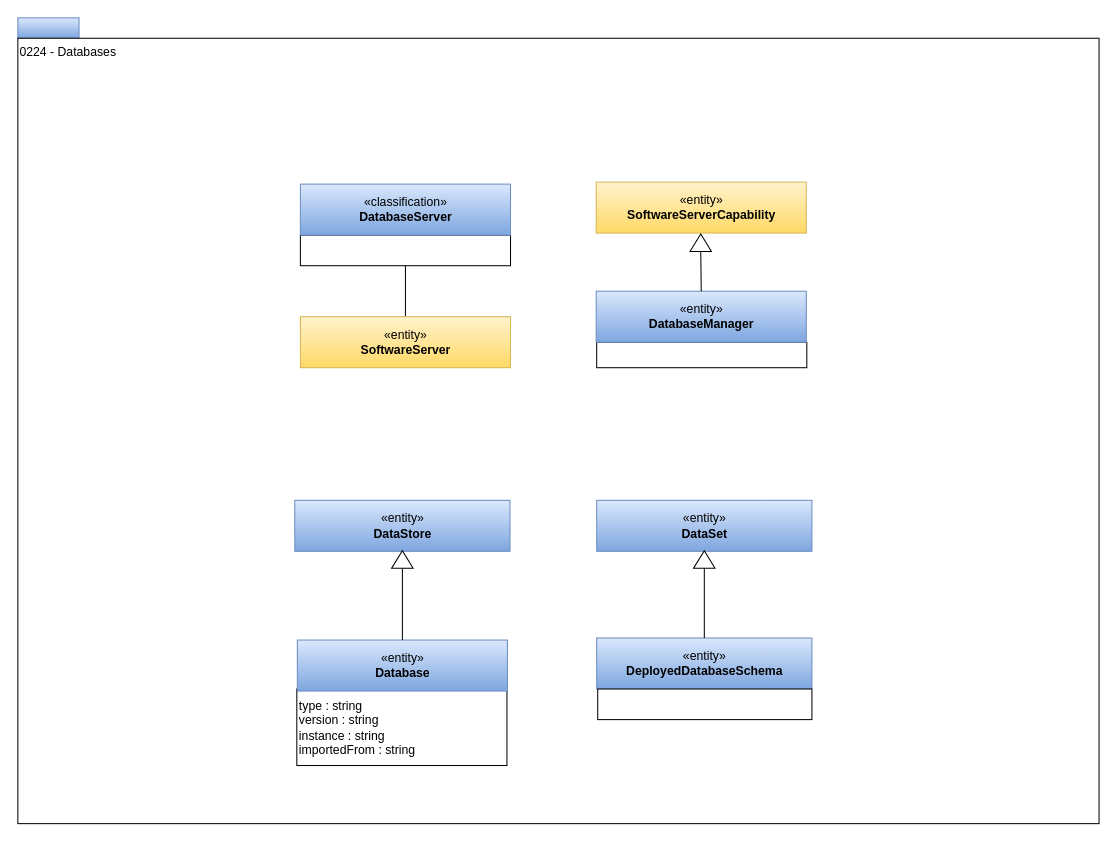
This is page "0224-Databases" (12 of 15) of open-metadata-publication/website/open-metadata-types/area-2-assets.drawio from odpi/egeria, a draw.io file, before an edit. Source tidied: cells renumbered, new cells numbered last; positions are measured from the earlier drawing's top-left corner, leaving out a move shared by most shapes. Both pictures are drawn from the tidied source at 102%, with x=0, y=0 at pixel (17, 17).
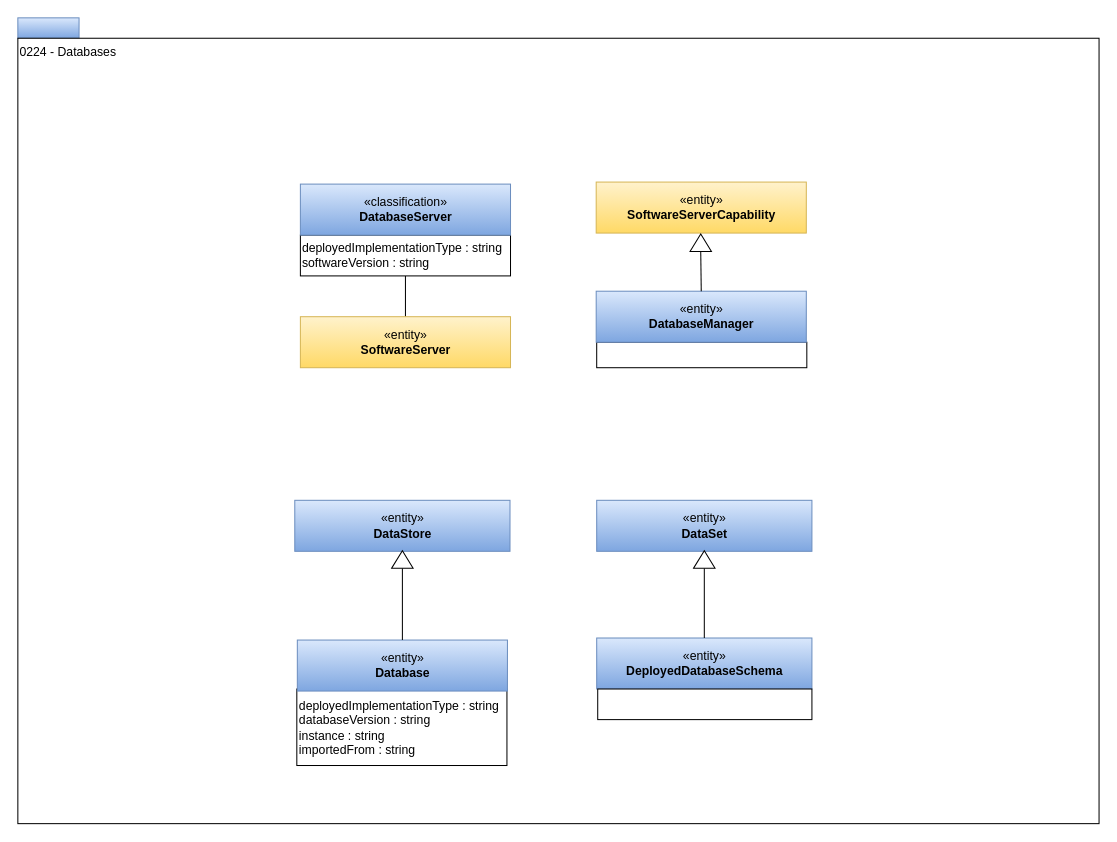
The same page after the edit.

Change to the diagram source:
```diff
@@
-    <mxCell id="5" style="rounded=0;whiteSpace=wrap;html=1;strokeColor=#000000;gradientColor=#ffffff;align=left;" parent="1" vertex="1">
-      <mxGeometry x="277" y="213" width="206" height="30" as="geometry" />
+    <mxCell id="5" value="deployedImplementationType : string&lt;br&gt;softwareVersion : string" style="rounded=0;whiteSpace=wrap;html=1;strokeColor=#000000;gradientColor=#ffffff;align=left;" parent="1" vertex="1">
+      <mxGeometry x="277" y="213" width="206" height="40" as="geometry" />
     </mxCell>
@@
-    <mxCell id="13" value="type : string&lt;br&gt;version : string&lt;br&gt;instance : string&lt;br&gt;importedFrom : string" style="rounded=0;whiteSpace=wrap;html=1;strokeColor=#000000;gradientColor=#ffffff;align=left;" parent="1" vertex="1">
+    <mxCell id="13" value="deployedImplementationType : string&lt;br&gt;databaseVersion : string&lt;br&gt;instance : string&lt;br&gt;importedFrom : string" style="rounded=0;whiteSpace=wrap;html=1;strokeColor=#000000;gradientColor=#ffffff;align=left;" parent="1" vertex="1">
       <mxGeometry x="273.5" y="658" width="206" height="75" as="geometry" />
     </mxCell>
```
